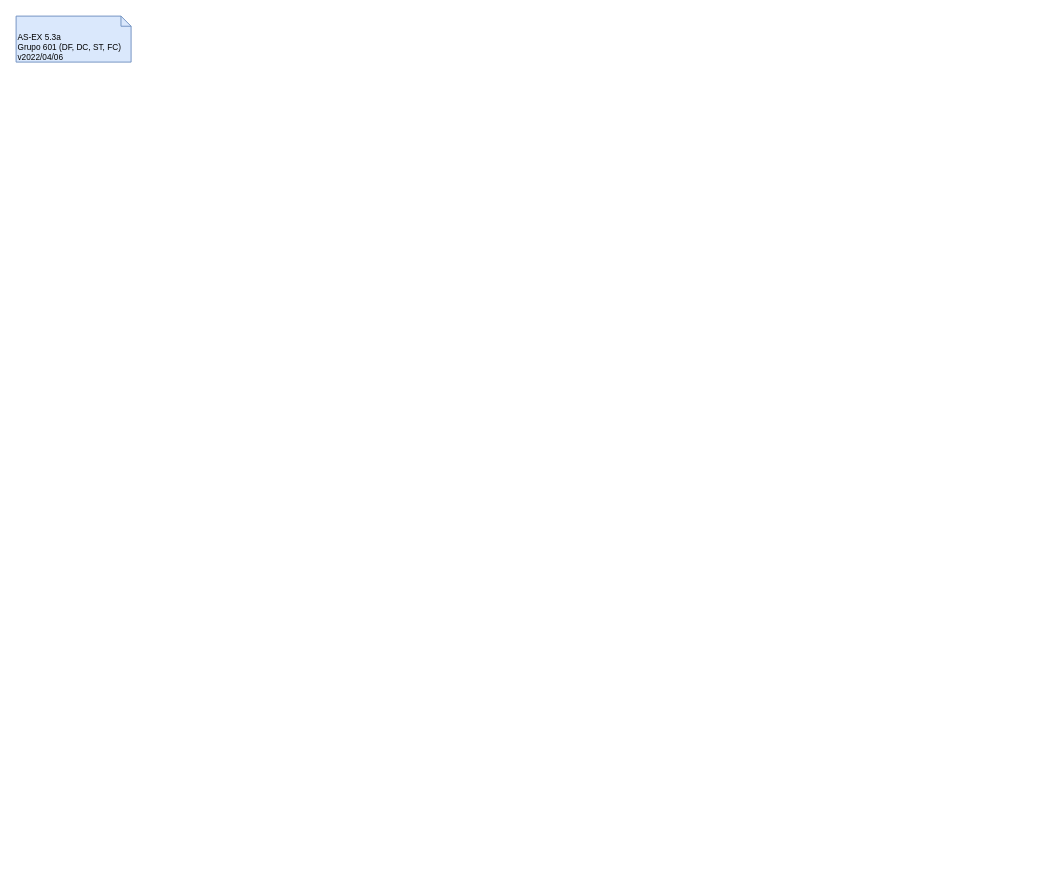
This is page "5.3a" (2 of 3) of P/P05/P5.drawio from DavidAraujo98/AS, a draw.io file, before an edit. Source tidied: cells renumbered, new cells numbered last; positions are measured from the earlier drawing's top-left corner, leaving out a move shared by most shapes. Both pictures are drawn from the tidied source at 92%, with x=0, y=0 at pixel (16, 16).
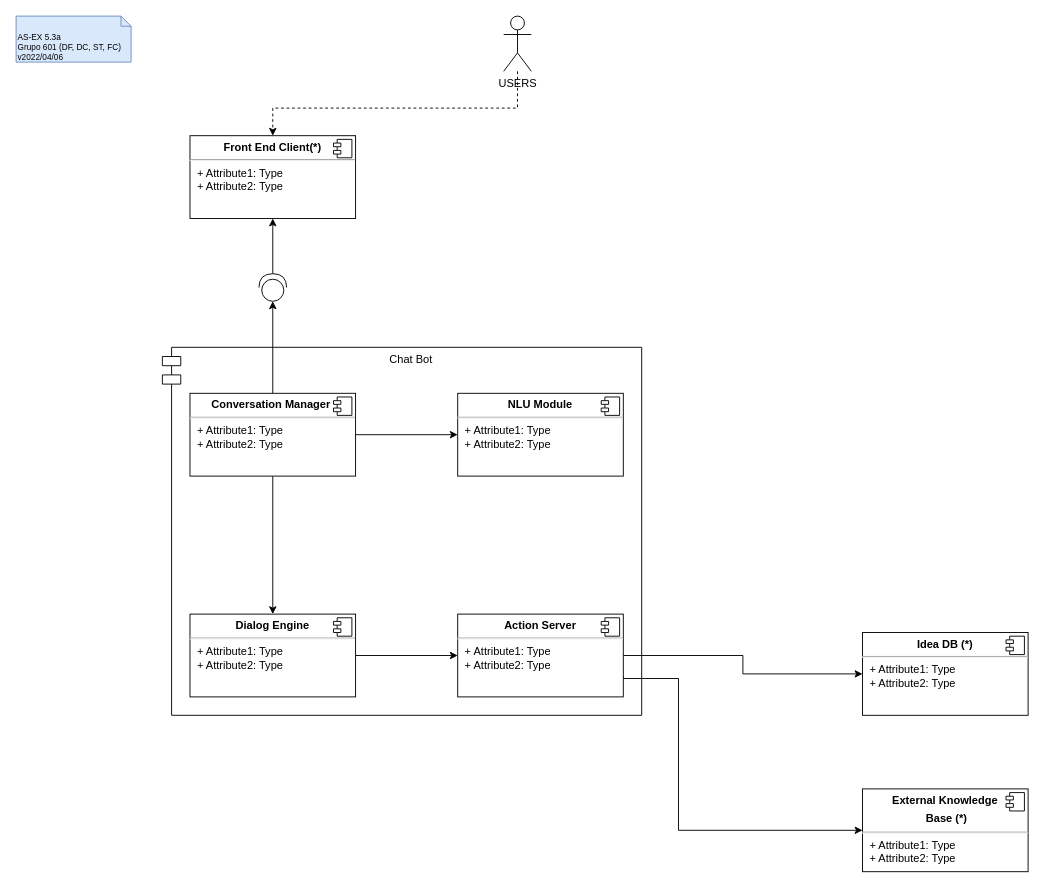
The same diagram, later.

Change to the diagram source:
```diff
@@
+    <mxCell id="3" value="Chat Bot" style="shape=module;align=left;spacingLeft=20;align=center;verticalAlign=top;" parent="1" vertex="1">
+      <mxGeometry x="159" y="360" width="521" height="400" as="geometry" />
+    </mxCell>
@@
+    <mxCell id="4" value="&lt;p style=&quot;margin: 0px ; margin-top: 6px ; text-align: center&quot;&gt;&lt;b&gt;Front End Client(*)&lt;/b&gt;&lt;/p&gt;&lt;hr&gt;&lt;p style=&quot;margin: 0px ; margin-left: 8px&quot;&gt;+ Attribute1: Type&lt;br&gt;+ Attribute2: Type&lt;/p&gt;" style="align=left;overflow=fill;html=1;" parent="1" vertex="1">
+      <mxGeometry x="189" y="130" width="180" height="90" as="geometry" />
+    </mxCell>
+    <mxCell id="5" style="shape=component;jettyWidth=8;jettyHeight=4;" parent="4" vertex="1">
+      <mxGeometry x="1" width="20" height="20" relative="1" as="geometry">
+        <mxPoint x="-24" y="4" as="offset" />
+      </mxGeometry>
+    </mxCell>
+    <mxCell id="6" style="edgeStyle=orthogonalEdgeStyle;rounded=0;jettySize=auto;html=1;exitX=1;exitY=0.5;exitDx=0;exitDy=0;entryX=0;entryY=0.5;entryDx=0;entryDy=0;" parent="1" edge="1" source="9" target="11">
+      <mxGeometry relative="1" as="geometry" />
+    </mxCell>
+    <mxCell id="7" style="edgeStyle=orthogonalEdgeStyle;rounded=0;jettySize=auto;html=1;exitX=0.5;exitY=1;exitDx=0;exitDy=0;" parent="1" edge="1" source="9" target="14">
+      <mxGeometry relative="1" as="geometry" />
+    </mxCell>
+    <mxCell id="8" style="edgeStyle=orthogonalEdgeStyle;rounded=0;jettySize=auto;html=1;exitX=0.5;exitY=0;exitDx=0;exitDy=0;entryX=0;entryY=0.5;entryDx=0;entryDy=0;entryPerimeter=0;" parent="1" edge="1" source="9" target="27">
+      <mxGeometry relative="1" as="geometry" />
+    </mxCell>
+    <mxCell id="9" value="&lt;p style=&quot;text-align: center ; margin: 6px 0px 0px&quot;&gt;&lt;b&gt;Conversation Manager&amp;nbsp;&lt;/b&gt;&lt;/p&gt;&lt;hr&gt;&lt;p style=&quot;margin: 0px ; margin-left: 8px&quot;&gt;+ Attribute1: Type&lt;br&gt;+ Attribute2: Type&lt;/p&gt;" style="align=left;overflow=fill;html=1;" parent="1" vertex="1">
+      <mxGeometry x="189" y="410" width="180" height="90" as="geometry" />
+    </mxCell>
+    <mxCell id="10" style="shape=component;jettyWidth=8;jettyHeight=4;" parent="9" vertex="1">
+      <mxGeometry x="1" width="20" height="20" relative="1" as="geometry">
+        <mxPoint x="-24" y="4" as="offset" />
+      </mxGeometry>
+    </mxCell>
+    <mxCell id="11" value="&lt;p style=&quot;margin: 0px ; margin-top: 6px ; text-align: center&quot;&gt;&lt;b&gt;NLU Module&lt;/b&gt;&lt;/p&gt;&lt;hr&gt;&lt;p style=&quot;margin: 0px ; margin-left: 8px&quot;&gt;+ Attribute1: Type&lt;br&gt;+ Attribute2: Type&lt;/p&gt;" style="align=left;overflow=fill;html=1;" parent="1" vertex="1">
+      <mxGeometry x="480" y="410" width="180" height="90" as="geometry" />
+    </mxCell>
+    <mxCell id="12" style="shape=component;jettyWidth=8;jettyHeight=4;" parent="11" vertex="1">
+      <mxGeometry x="1" width="20" height="20" relative="1" as="geometry">
+        <mxPoint x="-24" y="4" as="offset" />
+      </mxGeometry>
+    </mxCell>
+    <mxCell id="13" style="edgeStyle=orthogonalEdgeStyle;rounded=0;jettySize=auto;html=1;exitX=1;exitY=0.5;exitDx=0;exitDy=0;entryX=0;entryY=0.5;entryDx=0;entryDy=0;" parent="1" edge="1" source="14" target="18">
+      <mxGeometry relative="1" as="geometry" />
+    </mxCell>
+    <mxCell id="14" value="&lt;p style=&quot;margin: 0px ; margin-top: 6px ; text-align: center&quot;&gt;&lt;b&gt;Dialog Engine&lt;/b&gt;&lt;/p&gt;&lt;hr&gt;&lt;p style=&quot;margin: 0px ; margin-left: 8px&quot;&gt;+ Attribute1: Type&lt;br&gt;+ Attribute2: Type&lt;/p&gt;" style="align=left;overflow=fill;html=1;" parent="1" vertex="1">
+      <mxGeometry x="189" y="650" width="180" height="90" as="geometry" />
+    </mxCell>
+    <mxCell id="15" style="shape=component;jettyWidth=8;jettyHeight=4;" parent="14" vertex="1">
+      <mxGeometry x="1" width="20" height="20" relative="1" as="geometry">
+        <mxPoint x="-24" y="4" as="offset" />
+      </mxGeometry>
+    </mxCell>
+    <mxCell id="16" style="edgeStyle=orthogonalEdgeStyle;rounded=0;jettySize=auto;html=1;exitX=1;exitY=0.5;exitDx=0;exitDy=0;entryX=0;entryY=0.5;entryDx=0;entryDy=0;" parent="1" edge="1" source="18" target="20">
+      <mxGeometry relative="1" as="geometry" />
+    </mxCell>
+    <mxCell id="17" style="edgeStyle=orthogonalEdgeStyle;rounded=0;jettySize=auto;html=1;exitX=1;exitY=0.75;exitDx=0;exitDy=0;entryX=0;entryY=0.5;entryDx=0;entryDy=0;" parent="1" edge="1" source="18" target="22">
+      <mxGeometry relative="1" as="geometry">
+        <Array as="points">
+          <mxPoint x="660" y="720" />
+          <mxPoint x="720" y="720" />
+          <mxPoint x="720" y="885" />
+        </Array>
+      </mxGeometry>
+    </mxCell>
+    <mxCell id="18" value="&lt;p style=&quot;margin: 0px ; margin-top: 6px ; text-align: center&quot;&gt;&lt;b&gt;Action Server&lt;/b&gt;&lt;/p&gt;&lt;hr&gt;&lt;p style=&quot;margin: 0px ; margin-left: 8px&quot;&gt;+ Attribute1: Type&lt;br&gt;+ Attribute2: Type&lt;/p&gt;" style="align=left;overflow=fill;html=1;" parent="1" vertex="1">
+      <mxGeometry x="480" y="650" width="180" height="90" as="geometry" />
+    </mxCell>
+    <mxCell id="19" style="shape=component;jettyWidth=8;jettyHeight=4;" parent="18" vertex="1">
+      <mxGeometry x="1" width="20" height="20" relative="1" as="geometry">
+        <mxPoint x="-24" y="4" as="offset" />
+      </mxGeometry>
+    </mxCell>
+    <mxCell id="20" value="&lt;p style=&quot;margin: 0px ; margin-top: 6px ; text-align: center&quot;&gt;&lt;b&gt;Idea DB (*)&lt;/b&gt;&lt;/p&gt;&lt;hr&gt;&lt;p style=&quot;margin: 0px ; margin-left: 8px&quot;&gt;+ Attribute1: Type&lt;br&gt;+ Attribute2: Type&lt;/p&gt;" style="align=left;overflow=fill;html=1;" parent="1" vertex="1">
+      <mxGeometry x="920" y="670" width="180" height="90" as="geometry" />
+    </mxCell>
+    <mxCell id="21" style="shape=component;jettyWidth=8;jettyHeight=4;" parent="20" vertex="1">
+      <mxGeometry x="1" width="20" height="20" relative="1" as="geometry">
+        <mxPoint x="-24" y="4" as="offset" />
+      </mxGeometry>
+    </mxCell>
+    <mxCell id="22" value="&lt;p style=&quot;margin: 0px ; margin-top: 6px ; text-align: center&quot;&gt;&lt;b&gt;External Knowledge&lt;/b&gt;&lt;/p&gt;&lt;p style=&quot;margin: 0px ; margin-top: 6px ; text-align: center&quot;&gt;&lt;b&gt;&amp;nbsp;Base (*)&lt;/b&gt;&lt;/p&gt;&lt;hr&gt;&lt;p style=&quot;margin: 0px ; margin-left: 8px&quot;&gt;+ Attribute1: Type&lt;br&gt;+ Attribute2: Type&lt;/p&gt;" style="align=left;overflow=fill;html=1;" parent="1" vertex="1">
+      <mxGeometry x="920" y="840" width="180" height="90" as="geometry" />
+    </mxCell>
+    <mxCell id="23" style="shape=component;jettyWidth=8;jettyHeight=4;" parent="22" vertex="1">
+      <mxGeometry x="1" width="20" height="20" relative="1" as="geometry">
+        <mxPoint x="-24" y="4" as="offset" />
+      </mxGeometry>
+    </mxCell>
+    <mxCell id="24" style="edgeStyle=orthogonalEdgeStyle;rounded=0;jettySize=auto;html=1;dashed=1;" parent="1" edge="1" source="25" target="4">
+      <mxGeometry relative="1" as="geometry">
+        <Array as="points">
+          <mxPoint x="545" y="100" />
+          <mxPoint x="279" y="100" />
+        </Array>
+      </mxGeometry>
+    </mxCell>
+    <mxCell id="25" value="USERS" style="shape=umlActor;verticalLabelPosition=bottom;verticalAlign=top;html=1;" parent="1" vertex="1">
+      <mxGeometry x="530" width="30" height="60" as="geometry" />
+    </mxCell>
+    <mxCell id="26" style="edgeStyle=orthogonalEdgeStyle;rounded=0;jettySize=auto;html=1;exitX=1;exitY=0.5;exitDx=0;exitDy=0;exitPerimeter=0;entryX=0.5;entryY=1;entryDx=0;entryDy=0;" parent="1" edge="1" source="27" target="4">
+      <mxGeometry relative="1" as="geometry" />
+    </mxCell>
+    <mxCell id="27" style="shape=providedRequiredInterface;html=1;verticalLabelPosition=bottom;sketch=0;rotation=-90;" parent="1" vertex="1">
+      <mxGeometry x="264" y="280" width="30" height="30" as="geometry" />
+    </mxCell>
```
